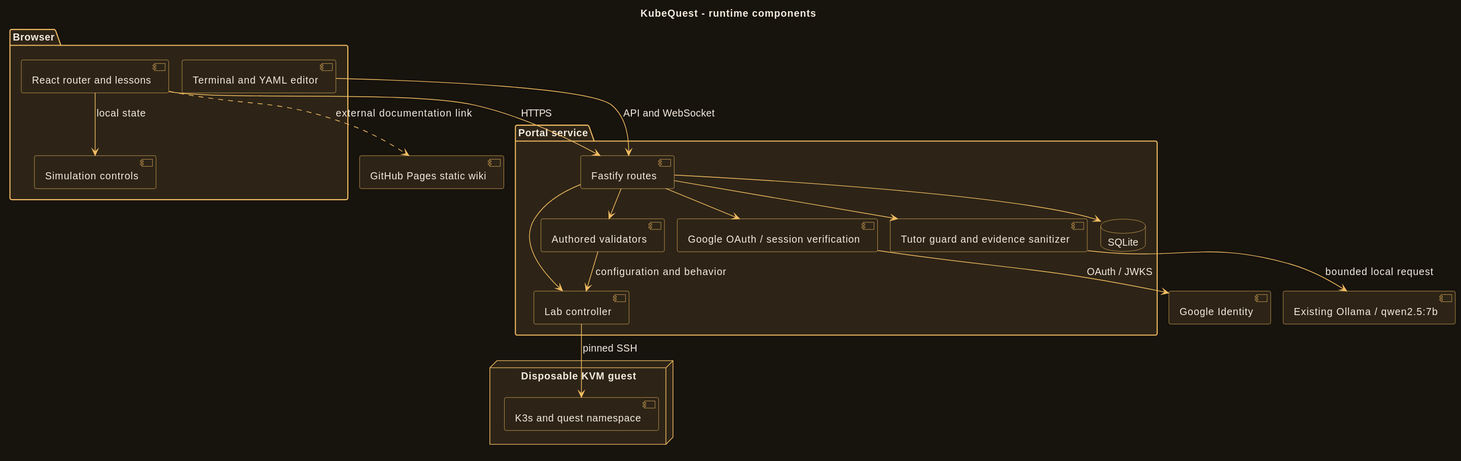
ramideltoro/kubequest-wiki keeps this PlantUML diagram as diagrams/component.svg. Above is the earlier version. Its source is kept beside it as diagrams/component.puml.
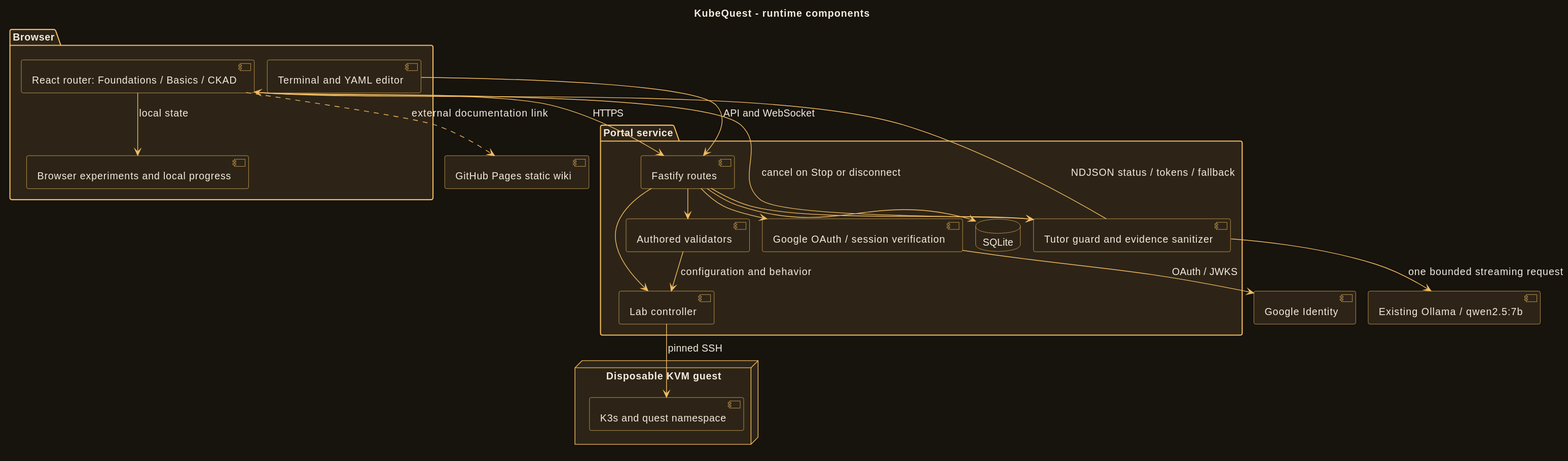
The same file after the commit.

Diff of the diagram source:
```diff
@@ -70,8 +70,8 @@
 skinparam activityEndColor #F3BD62
 title KubeQuest - runtime components
 package "Browser" {
- component "React router and lessons" as UI
- component "Simulation controls" as Sim
+ component "React router: Foundations / Basics / CKAD" as UI
+ component "Browser experiments and local progress" as Sim
  component "Terminal and YAML editor" as Editor
 }
 package "Portal service" {
@@ -100,5 +100,7 @@
 Grade --> Lab : configuration and behavior
 API --> Grade
 API --> Tutor
-Tutor --> Ollama : bounded local request
+Tutor --> Ollama : one bounded streaming request
+Tutor --> UI : NDJSON status / tokens / fallback
+UI --> Tutor : cancel on Stop or disconnect
 @enduml
```
